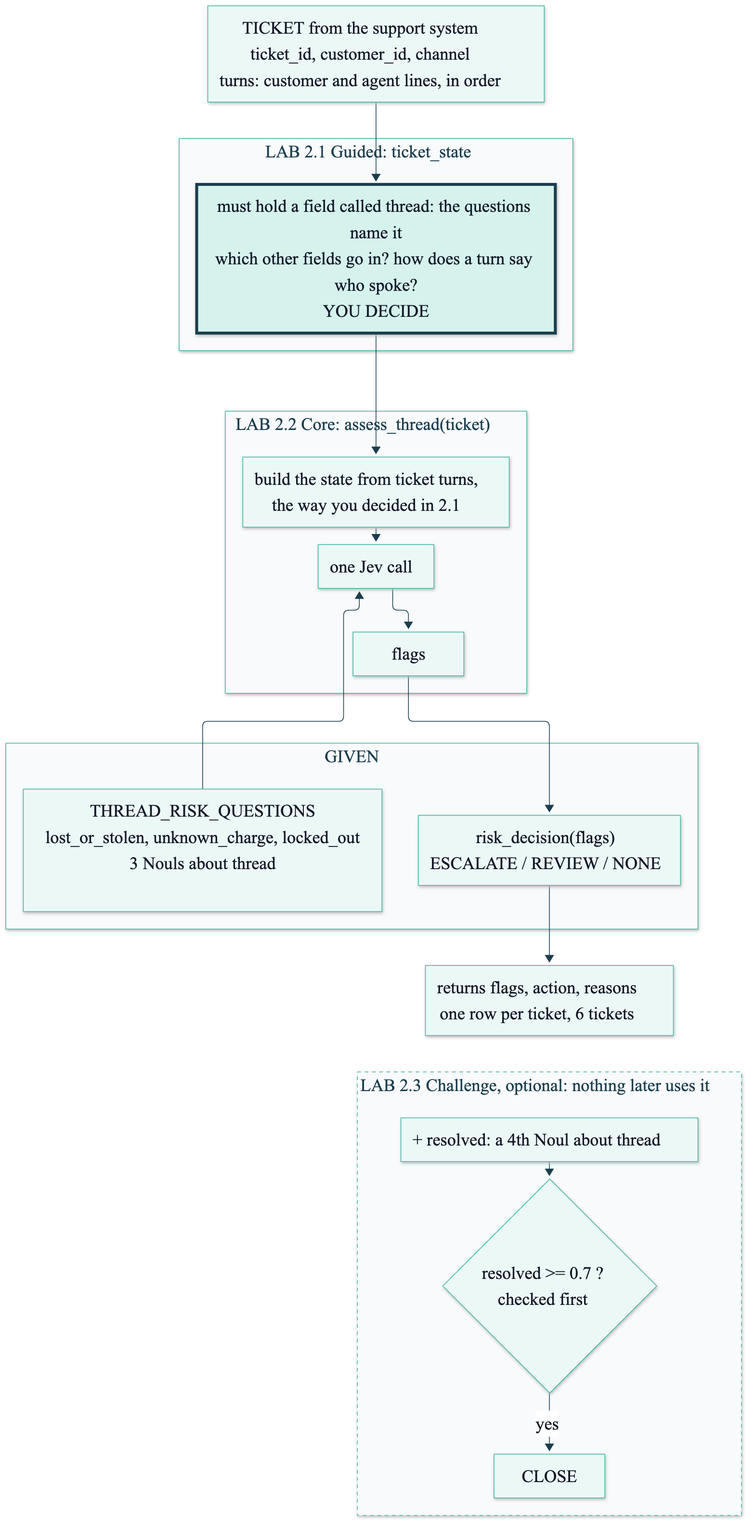
This is course/diagrams/module_02/p2-lab-map.png from axel-sirota/getting_started_jev, a Mermaid export, as it was before one commit. Its source is kept beside it as course/diagrams/module_02/p2-lab-map.mmd. The source it was exported from:
```mermaid
%%{init: {"theme": "base", "themeVariables": {"fontFamily": "Inter, sans-serif", "primaryColor": "#ECF8F6", "primaryBorderColor": "#40B8A6", "primaryTextColor": "#111827", "lineColor": "#1A3D4D", "secondaryColor": "#F9FAFB", "tertiaryColor": "#FFFFFF", "clusterBkg": "#F9FAFB", "clusterBorder": "#D1D5DB", "actorBkg": "#ECF8F6", "actorBorder": "#40B8A6", "noteBkgColor": "#FFF6DA", "noteBorderColor": "#E0B84C"}}}%%
flowchart TD
  T["TICKET from the support system<br/>ticket_id, customer_id, channel<br/>turns: customer and agent lines, in order"]
  subgraph L1["LAB 2.1 Guided: ticket_state"]
    S["must hold a field called thread: the questions name it<br/>which other fields go in? how does a turn say who spoke?<br/>YOU DECIDE"]
  end
  subgraph GIVEN["GIVEN"]
    Q["THREAD_RISK_QUESTIONS<br/>lost_or_stolen, unknown_charge, locked_out<br/>3 Nouls about thread"]
    D["risk_decision(flags)<br/>ESCALATE / REVIEW / NONE"]
  end
  subgraph L2["LAB 2.2 Core: assess_thread(ticket)"]
    B["build the state from ticket turns,<br/>the way you decided in 2.1"]
    J["one Jev call"]
    F["flags"]
  end
  OUT["returns flags, action, reasons<br/>one row per ticket, 6 tickets"]
  subgraph L3["LAB 2.3 Challenge, optional: nothing later uses it"]
    RQ["+ resolved: a 4th Noul about thread"]
    RR{"resolved >= 0.7 ?<br/>checked first"}
    CL["CLOSE"]
  end
  T --> S
  S --> B
  B --> J
  Q --> J
  J --> F
  F --> D
  D --> OUT
  RQ --> RR
  RR -- yes --> CL
  OUT ~~~ RQ
  style L3 stroke-dasharray:5 5

  classDef fail fill:#FDECEA,stroke:#B42318,stroke-width:4px
  classDef changed fill:#D5F2EC,stroke:#1A3D4D,stroke-width:4px
  classDef ok fill:#ECF8F6,stroke:#1A3D4D,stroke-width:3px
  class S changed
```
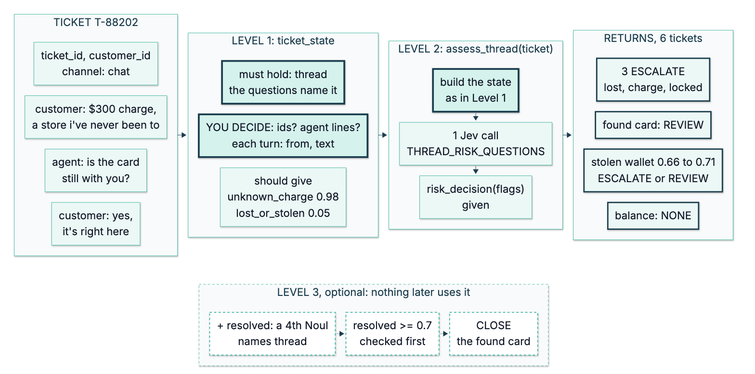
After the change.

The edit, as a diff of the source:
```diff
@@ -1,37 +1,53 @@
 %%{init: {"theme": "base", "themeVariables": {"fontFamily": "Inter, sans-serif", "primaryColor": "#ECF8F6", "primaryBorderColor": "#40B8A6", "primaryTextColor": "#111827", "lineColor": "#1A3D4D", "secondaryColor": "#F9FAFB", "tertiaryColor": "#FFFFFF", "clusterBkg": "#F9FAFB", "clusterBorder": "#D1D5DB", "actorBkg": "#ECF8F6", "actorBorder": "#40B8A6", "noteBkgColor": "#FFF6DA", "noteBorderColor": "#E0B84C"}}}%%
-flowchart TD
-  T["TICKET from the support system<br/>ticket_id, customer_id, channel<br/>turns: customer and agent lines, in order"]
-  subgraph L1["LAB 2.1 Guided: ticket_state"]
-    S["must hold a field called thread: the questions name it<br/>which other fields go in? how does a turn say who spoke?<br/>YOU DECIDE"]
+flowchart TB
+  subgraph ROW1[" "]
+    direction LR
+    subgraph T["TICKET T-88202"]
+      direction TB
+      T1["ticket_id, customer_id<br/>channel: chat"]
+      T2["customer: $300 charge,<br/>a store i've never been to"]
+      T3["agent: is the card<br/>still with you?"]
+      T4["customer: yes,<br/>it's right here"]
+      T1 ~~~ T2 ~~~ T3 ~~~ T4
+    end
+    subgraph L1["LEVEL 1: ticket_state"]
+      direction TB
+      S1["must hold: thread<br/>the questions name it"]
+      S2["YOU DECIDE: ids? agent lines?<br/>each turn: from, text"]
+      S3["should give<br/>unknown_charge 0.98<br/>lost_or_stolen 0.05"]
+      S1 ~~~ S2 ~~~ S3
+    end
+    subgraph L2["LEVEL 2: assess_thread(ticket)"]
+      direction TB
+      B["build the state<br/>as in Level 1"]
+      J["1 Jev call<br/>THREAD_RISK_QUESTIONS"]
+      D["risk_decision(flags)<br/>given"]
+      B --> J --> D
+    end
+    subgraph OUT["RETURNS, 6 tickets"]
+      direction TB
+      O1["3 ESCALATE<br/>lost, charge, locked"]
+      O2["found card: REVIEW"]
+      O3["stolen wallet 0.66 to 0.71<br/>ESCALATE or REVIEW"]
+      O4["balance: NONE"]
+      O1 ~~~ O2 ~~~ O3 ~~~ O4
+    end
+    T --> L1 --> L2 --> OUT
   end
-  subgraph GIVEN["GIVEN"]
-    Q["THREAD_RISK_QUESTIONS<br/>lost_or_stolen, unknown_charge, locked_out<br/>3 Nouls about thread"]
-    D["risk_decision(flags)<br/>ESCALATE / REVIEW / NONE"]
+  subgraph L3["LEVEL 3, optional: nothing later uses it"]
+    direction LR
+    R1["+ resolved: a 4th Noul<br/>names thread"]
+    R2["resolved >= 0.7<br/>checked first"]
+    R3["CLOSE<br/>the found card"]
+    R1 -.-> R2 -.-> R3
   end
-  subgraph L2["LAB 2.2 Core: assess_thread(ticket)"]
-    B["build the state from ticket turns,<br/>the way you decided in 2.1"]
-    J["one Jev call"]
-    F["flags"]
-  end
-  OUT["returns flags, action, reasons<br/>one row per ticket, 6 tickets"]
-  subgraph L3["LAB 2.3 Challenge, optional: nothing later uses it"]
-    RQ["+ resolved: a 4th Noul about thread"]
-    RR{"resolved >= 0.7 ?<br/>checked first"}
-    CL["CLOSE"]
-  end
-  T --> S
-  S --> B
-  B --> J
-  Q --> J
-  J --> F
-  F --> D
-  D --> OUT
-  RQ --> RR
-  RR -- yes --> CL
-  OUT ~~~ RQ
+  ROW1 ~~~ L3
+
+  classDef mine fill:#D5F2EC,stroke:#1A3D4D,stroke-width:4px
+  classDef ok fill:#ECF8F6,stroke:#1A3D4D,stroke-width:3px
+  classDef opt fill:#FFFFFF,stroke:#40B8A6,stroke-width:2px,stroke-dasharray:5 5
+  class S1,S2,B mine
+  class O1,O2,O3,O4 ok
+  class R1,R2,R3 opt
   style L3 stroke-dasharray:5 5
-
-  classDef fail fill:#FDECEA,stroke:#B42318,stroke-width:4px
-  classDef changed fill:#D5F2EC,stroke:#1A3D4D,stroke-width:4px
-  classDef ok fill:#ECF8F6,stroke:#1A3D4D,stroke-width:3px
-  class S changed
+  style ROW1 fill:none,stroke:none
```
